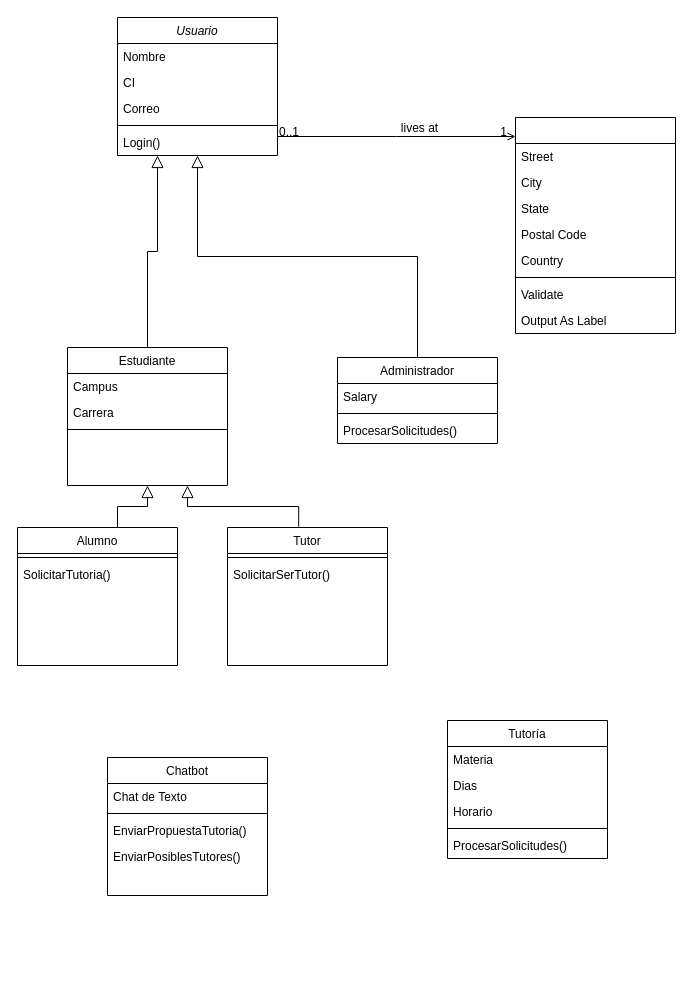
The draw.io diagram Diagrama sin título.drawio in LP3kmikristian/TP_ARCE_DOREGO, before the edit. Source tidied: cells renumbered, new cells numbered last; positions are measured from the earlier drawing's top-left corner, leaving out a move shared by most shapes. Both pictures are drawn from the tidied source at 100%, with x=0, y=0 at pixel (17, 17).
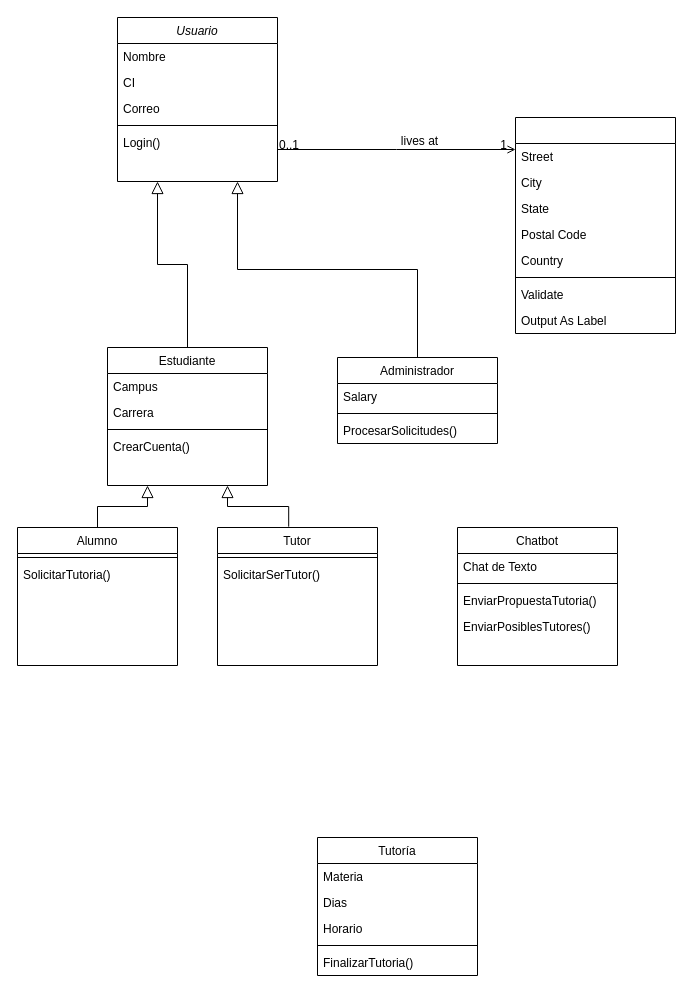
The same diagram, later.

Unchanged cells that the change refers to:
```xml
<mxCell id="13" value="Administrador" style="swimlane;fontStyle=0;align=center;verticalAlign=top;horizontal=1;startSize=26;rounded=0;shadow=0;strokeWidth=1;" parent="1" vertex="1">
  <mxGeometry x="320" y="340" width="160" height="86" as="geometry" />
</mxCell>
<mxCell id="31" value="Alumno" style="swimlane;fontStyle=0;align=center;verticalAlign=top;horizontal=1;startSize=26;rounded=0;shadow=0;strokeWidth=1;" parent="1" vertex="1">
  <mxGeometry y="510" width="160" height="138" as="geometry" />
</mxCell>
```

What changed in the source:
```diff
@@
     <mxCell id="2" value="Usuario" style="swimlane;fontStyle=2;align=center;verticalAlign=top;horizontal=1;startSize=26;rounded=0;shadow=0;strokeWidth=1;" parent="1" vertex="1">
-      <mxGeometry x="100" width="160" height="138" as="geometry" />
+      <mxGeometry x="100" width="160" height="164" as="geometry" />
     </mxCell>
@@
-    <mxCell id="7" value="Login()" style="text;align=left;verticalAlign=top;spacingLeft=4;spacingRight=4;overflow=hidden;rounded=0;shadow=0;html=0;" parent="2" vertex="1">
-      <mxGeometry y="112" width="160" height="26" as="geometry" />
-    </mxCell>
+    <mxCell id="50" value="Login()" style="text;align=left;verticalAlign=top;spacingLeft=4;spacingRight=4;overflow=hidden;rounded=0;shadow=0;html=0;" parent="2" vertex="1">
+      <mxGeometry y="112" width="160" height="26" as="geometry" />
+    </mxCell>
     <mxCell id="8" value="Estudiante" style="swimlane;fontStyle=0;align=center;verticalAlign=top;horizontal=1;startSize=26;rounded=0;shadow=0;strokeWidth=1;" parent="1" vertex="1">
-      <mxGeometry x="50" y="330" width="160" height="138" as="geometry" />
+      <mxGeometry x="90" y="330" width="160" height="138" as="geometry" />
     </mxCell>
@@
+    <mxCell id="7" value="CrearCuenta()" style="text;align=left;verticalAlign=top;spacingLeft=4;spacingRight=4;overflow=hidden;rounded=0;shadow=0;html=0;" parent="8" vertex="1">
+      <mxGeometry y="86" width="160" height="26" as="geometry" />
+    </mxCell>
@@
-    <mxCell id="17" style="endArrow=block;endSize=10;endFill=0;shadow=0;strokeWidth=1;rounded=0;edgeStyle=elbowEdgeStyle;elbow=vertical;" parent="1" edge="1" source="13" target="2">
+    <mxCell id="17" style="endArrow=block;endSize=10;endFill=0;shadow=0;strokeWidth=1;rounded=0;edgeStyle=elbowEdgeStyle;elbow=vertical;entryX=0.75;entryY=1;entryDx=0;entryDy=0;" parent="1" edge="1" source="13" target="2">
       <mxGeometry relative="1" as="geometry" />
     </mxCell>
@@
     <mxCell id="34" value="Tutor" style="swimlane;fontStyle=0;align=center;verticalAlign=top;horizontal=1;startSize=26;rounded=0;shadow=0;strokeWidth=1;" parent="1" vertex="1">
-      <mxGeometry x="210" y="510" width="160" height="138" as="geometry" />
+      <mxGeometry x="200" y="510" width="160" height="138" as="geometry" />
     </mxCell>
@@
     <mxCell id="37" value="Tutoría" style="swimlane;fontStyle=0;align=center;verticalAlign=top;horizontal=1;startSize=26;rounded=0;shadow=0;strokeWidth=1;" parent="1" vertex="1">
-      <mxGeometry x="430" y="703" width="160" height="138" as="geometry" />
+      <mxGeometry x="300" y="820" width="160" height="138" as="geometry" />
     </mxCell>
@@
-    <mxCell id="42" value="ProcesarSolicitudes()" style="text;align=left;verticalAlign=top;spacingLeft=4;spacingRight=4;overflow=hidden;" parent="37" vertex="1">
+    <mxCell id="42" value="FinalizarTutoria()" style="text;align=left;verticalAlign=top;spacingLeft=4;spacingRight=4;overflow=hidden;" parent="37" vertex="1">
       <mxGeometry y="112" width="160" height="26" as="geometry" />
     </mxCell>
-    <mxCell id="43" style="endArrow=block;endSize=10;endFill=0;shadow=0;strokeWidth=1;rounded=0;edgeStyle=elbowEdgeStyle;elbow=vertical;exitX=0.5;exitY=0;exitDx=0;exitDy=0;entryX=0.5;entryY=1;entryDx=0;entryDy=0;" parent="1" edge="1" target="8">
-      <mxGeometry relative="1" as="geometry">
-        <mxPoint x="100" y="510" as="sourcePoint" />
-      </mxGeometry>
+    <mxCell id="43" style="endArrow=block;endSize=10;endFill=0;shadow=0;strokeWidth=1;rounded=0;edgeStyle=elbowEdgeStyle;elbow=vertical;exitX=0.5;exitY=0;exitDx=0;exitDy=0;entryX=0.25;entryY=1;entryDx=0;entryDy=0;" parent="1" edge="1" source="31" target="8">
+      <mxGeometry relative="1" as="geometry" />
     </mxCell>
-    <mxCell id="44" style="endArrow=block;endSize=10;endFill=0;shadow=0;strokeWidth=1;rounded=0;edgeStyle=elbowEdgeStyle;elbow=vertical;exitX=0.445;exitY=-0.006;exitDx=0;exitDy=0;entryX=0.75;entryY=1;entryDx=0;entryDy=0;exitPerimeter=0;" parent="1" edge="1" source="34" target="8">
+    <mxCell id="44" style="endArrow=block;endSize=10;endFill=0;shadow=0;strokeWidth=1;rounded=0;edgeStyle=elbowEdgeStyle;elbow=vertical;exitX=0.445;exitY=-0.006;exitDx=0;exitDy=0;exitPerimeter=0;entryX=0.75;entryY=1;entryDx=0;entryDy=0;" parent="1" edge="1" source="34" target="8">
       <mxGeometry relative="1" as="geometry" />
     </mxCell>
     <mxCell id="45" value="Chatbot" style="swimlane;fontStyle=0;align=center;verticalAlign=top;horizontal=1;startSize=26;rounded=0;shadow=0;strokeWidth=1;" parent="1" vertex="1">
-      <mxGeometry x="90" y="740" width="160" height="138" as="geometry" />
+      <mxGeometry x="440" y="510" width="160" height="138" as="geometry" />
     </mxCell>
```
